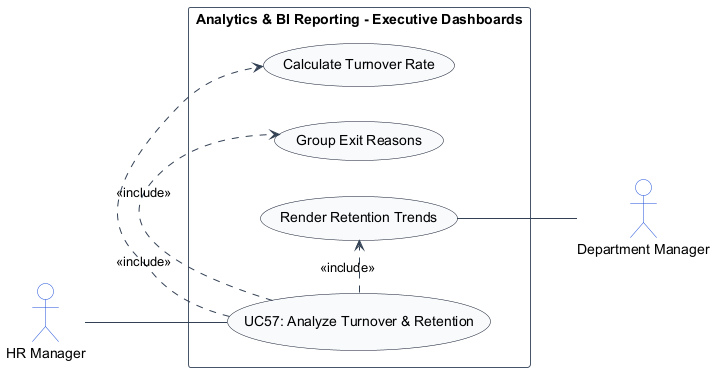
Before: usecase_images/UC57.png, a diagram exported from PlantUML (TamBui1706/HRPlatform). The source it was exported from:
```plantuml
@startuml
left to right direction
skinparam shadowing false
skinparam packageStyle rectangle
skinparam actorStyle stickman

skinparam ArrowColor #334155
skinparam ActorBorderColor #1d4ed8
skinparam ActorBackgroundColor #ffffff
skinparam UsecaseBorderColor #0f172a
skinparam UsecaseBackgroundColor #f8fafc
skinparam RectangleBorderColor #475569
skinparam RectangleBackgroundColor #ffffff

actor "HR Manager" as HRManager
actor "Department Manager" as DepartmentManager

rectangle "Analytics & BI Reporting - Executive Dashboards" {
    usecase "UC57: Analyze Turnover & Retention" as UC_Main
    usecase "Calculate Turnover Rate" as UC_CalcTurn
    usecase "Group Exit Reasons" as UC_GroupReas
    usecase "Render Retention Trends" as UC_RenderTrend

    HRManager -- UC_Main
    UC_Main .> UC_CalcTurn : <<include>>
    UC_Main .> UC_GroupReas : <<include>>
    UC_Main .> UC_RenderTrend : <<include>>
    UC_RenderTrend -- DepartmentManager
}
@enduml
```
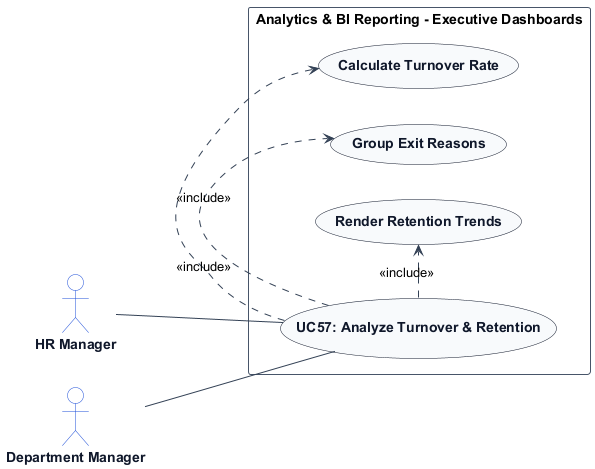
Later version of the same file.

Diff of the diagram source:
```diff
@@ -7,8 +7,14 @@
 skinparam ArrowColor #334155
 skinparam ActorBorderColor #1d4ed8
 skinparam ActorBackgroundColor #ffffff
+skinparam ActorFontColor #0f172a
+skinparam ActorFontStyle bold
+
 skinparam UsecaseBorderColor #0f172a
 skinparam UsecaseBackgroundColor #f8fafc
+skinparam UsecaseFontColor #0f172a
+skinparam UsecaseFontStyle bold
+
 skinparam RectangleBorderColor #475569
 skinparam RectangleBackgroundColor #ffffff
 
@@ -22,9 +28,9 @@
     usecase "Render Retention Trends" as UC_RenderTrend
 
     HRManager -- UC_Main
+    DepartmentManager -- UC_Main
     UC_Main .> UC_CalcTurn : <<include>>
     UC_Main .> UC_GroupReas : <<include>>
     UC_Main .> UC_RenderTrend : <<include>>
-    UC_RenderTrend -- DepartmentManager
 }
 @enduml
```
